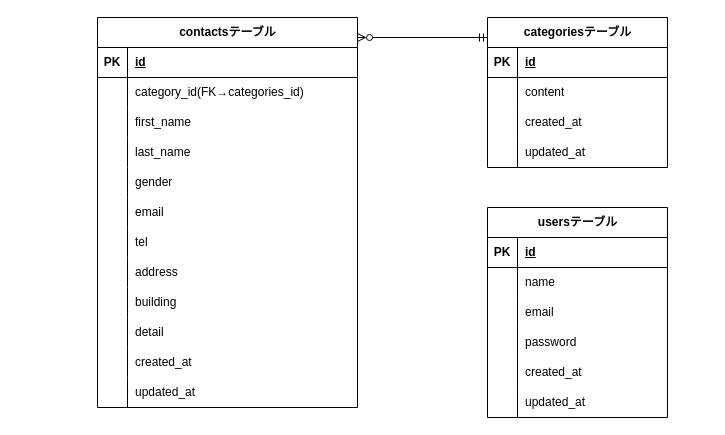
The draw.io diagram page "ページ1" (1 of 2) of contact.drawio in ErikoKikuchi/test-contact-version2, before the edit. Source tidied: cells renumbered, new cells numbered last; positions are measured from the earlier drawing's top-left corner, leaving out a move shared by most shapes. Both pictures are drawn from the tidied source at 100%, with x=0, y=0 at pixel (97, 17).
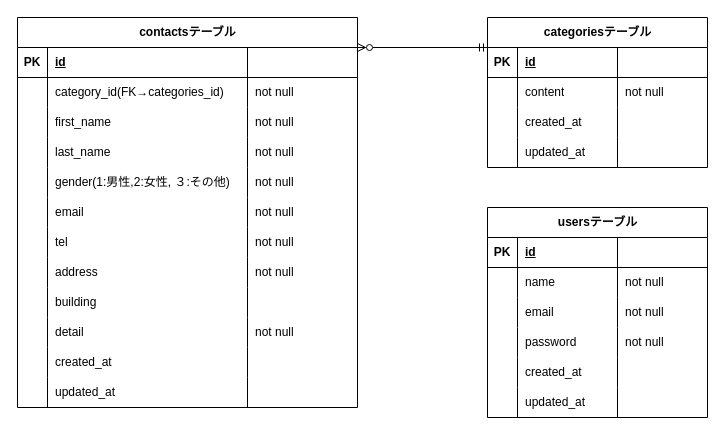
Above is the later version.

The edit, as a diff of the source:
```diff
@@
     <mxCell id="2" value="contactsテーブル" style="shape=table;startSize=30;childLayout=tableLayout;rowLines=0;fontStyle=1;align=center;html=1;" parent="1" vertex="1">
-      <mxGeometry width="260" height="390" as="geometry" />
+      <mxGeometry x="-80" width="340" height="390" as="geometry" />
     </mxCell>
     <mxCell id="3" style="shape=tableRow;horizontal=0;startSize=0;swimlaneHead=0;swimlaneBody=0;fillColor=none;top=0;left=0;right=0;bottom=1;" parent="2" vertex="1">
-      <mxGeometry y="30" width="260" height="30" as="geometry" />
+      <mxGeometry y="30" width="340" height="30" as="geometry" />
     </mxCell>
@@
     <mxCell id="5" value="id" style="shape=partialRectangle;fillColor=none;top=0;left=0;bottom=0;right=0;align=left;spacingLeft=6;fontStyle=5;overflow=hidden;whiteSpace=wrap;html=1;" parent="3" vertex="1">
-      <mxGeometry x="30" width="230" height="30" as="geometry" />
+      <mxGeometry x="30" width="200" height="30" as="geometry" />
     </mxCell>
+    <mxCell id="72" style="shape=partialRectangle;fillColor=none;top=0;left=0;bottom=0;right=0;align=left;spacingLeft=6;fontStyle=5;overflow=hidden;whiteSpace=wrap;html=1;" parent="3" vertex="1">
+      <mxGeometry x="230" width="110" height="30" as="geometry" />
+    </mxCell>
     <mxCell id="6" style="shape=tableRow;horizontal=0;startSize=0;swimlaneHead=0;swimlaneBody=0;fillColor=none;top=0;left=0;right=0;bottom=0;" parent="2" vertex="1">
-      <mxGeometry y="60" width="260" height="30" as="geometry" />
+      <mxGeometry y="60" width="340" height="30" as="geometry" />
     </mxCell>
@@
     <mxCell id="8" value="category_id(FK→categories_id)" style="shape=partialRectangle;fillColor=none;top=0;left=0;bottom=0;right=0;align=left;spacingLeft=6;overflow=hidden;whiteSpace=wrap;html=1;" parent="6" vertex="1">
-      <mxGeometry x="30" width="230" height="30" as="geometry" />
+      <mxGeometry x="30" width="200" height="30" as="geometry" />
     </mxCell>
+    <mxCell id="73" value="&lt;span style=&quot;color: rgb(0, 0, 0);&quot;&gt;not null&lt;/span&gt;" style="shape=partialRectangle;fillColor=none;top=0;left=0;bottom=0;right=0;align=left;spacingLeft=6;overflow=hidden;whiteSpace=wrap;html=1;" parent="6" vertex="1">
+      <mxGeometry x="230" width="110" height="30" as="geometry" />
+    </mxCell>
     <mxCell id="9" style="shape=tableRow;horizontal=0;startSize=0;swimlaneHead=0;swimlaneBody=0;fillColor=none;top=0;left=0;right=0;bottom=0;" parent="2" vertex="1">
-      <mxGeometry y="90" width="260" height="30" as="geometry" />
+      <mxGeometry y="90" width="340" height="30" as="geometry" />
     </mxCell>
@@
     <mxCell id="11" value="first_name" style="shape=partialRectangle;fillColor=none;top=0;left=0;bottom=0;right=0;align=left;spacingLeft=6;overflow=hidden;whiteSpace=wrap;html=1;" parent="9" vertex="1">
-      <mxGeometry x="30" width="230" height="30" as="geometry" />
+      <mxGeometry x="30" width="200" height="30" as="geometry" />
     </mxCell>
+    <mxCell id="74" value="&lt;span style=&quot;color: rgb(0, 0, 0);&quot;&gt;not null&lt;/span&gt;" style="shape=partialRectangle;fillColor=none;top=0;left=0;bottom=0;right=0;align=left;spacingLeft=6;overflow=hidden;whiteSpace=wrap;html=1;" parent="9" vertex="1">
+      <mxGeometry x="230" width="110" height="30" as="geometry" />
+    </mxCell>
     <mxCell id="12" style="shape=tableRow;horizontal=0;startSize=0;swimlaneHead=0;swimlaneBody=0;fillColor=none;top=0;left=0;right=0;bottom=0;" parent="2" vertex="1">
-      <mxGeometry y="120" width="260" height="30" as="geometry" />
+      <mxGeometry y="120" width="340" height="30" as="geometry" />
     </mxCell>
@@
     <mxCell id="14" value="last_name" style="shape=partialRectangle;fillColor=none;top=0;left=0;bottom=0;right=0;align=left;spacingLeft=6;overflow=hidden;whiteSpace=wrap;html=1;" parent="12" vertex="1">
-      <mxGeometry x="30" width="230" height="30" as="geometry" />
+      <mxGeometry x="30" width="200" height="30" as="geometry" />
     </mxCell>
+    <mxCell id="75" value="&lt;span style=&quot;color: rgb(0, 0, 0);&quot;&gt;not null&lt;/span&gt;" style="shape=partialRectangle;fillColor=none;top=0;left=0;bottom=0;right=0;align=left;spacingLeft=6;overflow=hidden;whiteSpace=wrap;html=1;" parent="12" vertex="1">
+      <mxGeometry x="230" width="110" height="30" as="geometry" />
+    </mxCell>
     <mxCell id="15" style="shape=tableRow;horizontal=0;startSize=0;swimlaneHead=0;swimlaneBody=0;fillColor=none;top=0;left=0;right=0;bottom=0;" parent="2" vertex="1">
-      <mxGeometry y="150" width="260" height="30" as="geometry" />
+      <mxGeometry y="150" width="340" height="30" as="geometry" />
     </mxCell>
@@
-    <mxCell id="17" value="gender" style="shape=partialRectangle;fillColor=none;top=0;left=0;bottom=0;right=0;align=left;spacingLeft=6;overflow=hidden;whiteSpace=wrap;html=1;" parent="15" vertex="1">
-      <mxGeometry x="30" width="230" height="30" as="geometry" />
+    <mxCell id="17" value="gender(1:男性,2:女性, ３:その他)" style="shape=partialRectangle;fillColor=none;top=0;left=0;bottom=0;right=0;align=left;spacingLeft=6;overflow=hidden;whiteSpace=wrap;html=1;" parent="15" vertex="1">
+      <mxGeometry x="30" width="200" height="30" as="geometry" />
     </mxCell>
+    <mxCell id="76" value="&lt;span style=&quot;color: rgb(0, 0, 0);&quot;&gt;not null&lt;/span&gt;" style="shape=partialRectangle;fillColor=none;top=0;left=0;bottom=0;right=0;align=left;spacingLeft=6;overflow=hidden;whiteSpace=wrap;html=1;" parent="15" vertex="1">
+      <mxGeometry x="230" width="110" height="30" as="geometry" />
+    </mxCell>
     <mxCell id="18" style="shape=tableRow;horizontal=0;startSize=0;swimlaneHead=0;swimlaneBody=0;fillColor=none;top=0;left=0;right=0;bottom=0;" parent="2" vertex="1">
-      <mxGeometry y="180" width="260" height="30" as="geometry" />
+      <mxGeometry y="180" width="340" height="30" as="geometry" />
     </mxCell>
@@
     <mxCell id="20" value="email" style="shape=partialRectangle;fillColor=none;top=0;left=0;bottom=0;right=0;align=left;spacingLeft=6;overflow=hidden;whiteSpace=wrap;html=1;" parent="18" vertex="1">
-      <mxGeometry x="30" width="230" height="30" as="geometry" />
+      <mxGeometry x="30" width="200" height="30" as="geometry" />
     </mxCell>
+    <mxCell id="77" value="&lt;span style=&quot;color: rgb(0, 0, 0);&quot;&gt;not null&lt;/span&gt;" style="shape=partialRectangle;fillColor=none;top=0;left=0;bottom=0;right=0;align=left;spacingLeft=6;overflow=hidden;whiteSpace=wrap;html=1;" parent="18" vertex="1">
+      <mxGeometry x="230" width="110" height="30" as="geometry" />
+    </mxCell>
     <mxCell id="21" style="shape=tableRow;horizontal=0;startSize=0;swimlaneHead=0;swimlaneBody=0;fillColor=none;top=0;left=0;right=0;bottom=0;" parent="2" vertex="1">
-      <mxGeometry y="210" width="260" height="30" as="geometry" />
+      <mxGeometry y="210" width="340" height="30" as="geometry" />
     </mxCell>
@@
     <mxCell id="23" value="tel" style="shape=partialRectangle;fillColor=none;top=0;left=0;bottom=0;right=0;align=left;spacingLeft=6;overflow=hidden;whiteSpace=wrap;html=1;" parent="21" vertex="1">
-      <mxGeometry x="30" width="230" height="30" as="geometry" />
+      <mxGeometry x="30" width="200" height="30" as="geometry" />
     </mxCell>
+    <mxCell id="78" value="&lt;span style=&quot;color: rgb(0, 0, 0);&quot;&gt;not null&lt;/span&gt;" style="shape=partialRectangle;fillColor=none;top=0;left=0;bottom=0;right=0;align=left;spacingLeft=6;overflow=hidden;whiteSpace=wrap;html=1;" parent="21" vertex="1">
+      <mxGeometry x="230" width="110" height="30" as="geometry" />
+    </mxCell>
     <mxCell id="24" style="shape=tableRow;horizontal=0;startSize=0;swimlaneHead=0;swimlaneBody=0;fillColor=none;top=0;left=0;right=0;bottom=0;" parent="2" vertex="1">
-      <mxGeometry y="240" width="260" height="30" as="geometry" />
+      <mxGeometry y="240" width="340" height="30" as="geometry" />
     </mxCell>
@@
     <mxCell id="26" value="address" style="shape=partialRectangle;fillColor=none;top=0;left=0;bottom=0;right=0;align=left;spacingLeft=6;overflow=hidden;whiteSpace=wrap;html=1;" parent="24" vertex="1">
-      <mxGeometry x="30" width="230" height="30" as="geometry" />
+      <mxGeometry x="30" width="200" height="30" as="geometry" />
     </mxCell>
+    <mxCell id="79" value="&lt;span style=&quot;color: rgb(0, 0, 0);&quot;&gt;not null&lt;/span&gt;" style="shape=partialRectangle;fillColor=none;top=0;left=0;bottom=0;right=0;align=left;spacingLeft=6;overflow=hidden;whiteSpace=wrap;html=1;" parent="24" vertex="1">
+      <mxGeometry x="230" width="110" height="30" as="geometry" />
+    </mxCell>
     <mxCell id="27" style="shape=tableRow;horizontal=0;startSize=0;swimlaneHead=0;swimlaneBody=0;fillColor=none;top=0;left=0;right=0;bottom=0;" parent="2" vertex="1">
-      <mxGeometry y="270" width="260" height="30" as="geometry" />
+      <mxGeometry y="270" width="340" height="30" as="geometry" />
     </mxCell>
@@
     <mxCell id="29" value="building" style="shape=partialRectangle;fillColor=none;top=0;left=0;bottom=0;right=0;align=left;spacingLeft=6;overflow=hidden;whiteSpace=wrap;html=1;" parent="27" vertex="1">
-      <mxGeometry x="30" width="230" height="30" as="geometry" />
+      <mxGeometry x="30" width="200" height="30" as="geometry" />
     </mxCell>
+    <mxCell id="80" style="shape=partialRectangle;fillColor=none;top=0;left=0;bottom=0;right=0;align=left;spacingLeft=6;overflow=hidden;whiteSpace=wrap;html=1;" parent="27" vertex="1">
+      <mxGeometry x="230" width="110" height="30" as="geometry" />
+    </mxCell>
     <mxCell id="30" style="shape=tableRow;horizontal=0;startSize=0;swimlaneHead=0;swimlaneBody=0;fillColor=none;top=0;left=0;right=0;bottom=0;" parent="2" vertex="1">
-      <mxGeometry y="300" width="260" height="30" as="geometry" />
+      <mxGeometry y="300" width="340" height="30" as="geometry" />
     </mxCell>
@@
     <mxCell id="32" value="detail" style="shape=partialRectangle;fillColor=none;top=0;left=0;bottom=0;right=0;align=left;spacingLeft=6;overflow=hidden;whiteSpace=wrap;html=1;" parent="30" vertex="1">
-      <mxGeometry x="30" width="230" height="30" as="geometry" />
+      <mxGeometry x="30" width="200" height="30" as="geometry" />
     </mxCell>
+    <mxCell id="81" value="&lt;span style=&quot;color: rgb(0, 0, 0);&quot;&gt;not null&lt;/span&gt;" style="shape=partialRectangle;fillColor=none;top=0;left=0;bottom=0;right=0;align=left;spacingLeft=6;overflow=hidden;whiteSpace=wrap;html=1;" parent="30" vertex="1">
+      <mxGeometry x="230" width="110" height="30" as="geometry" />
+    </mxCell>
     <mxCell id="33" style="shape=tableRow;horizontal=0;startSize=0;swimlaneHead=0;swimlaneBody=0;fillColor=none;top=0;left=0;right=0;bottom=0;" parent="2" vertex="1">
-      <mxGeometry y="330" width="260" height="30" as="geometry" />
+      <mxGeometry y="330" width="340" height="30" as="geometry" />
     </mxCell>
@@
     <mxCell id="35" value="created_at" style="shape=partialRectangle;fillColor=none;top=0;left=0;bottom=0;right=0;align=left;spacingLeft=6;overflow=hidden;whiteSpace=wrap;html=1;" parent="33" vertex="1">
-      <mxGeometry x="30" width="230" height="30" as="geometry" />
+      <mxGeometry x="30" width="200" height="30" as="geometry" />
     </mxCell>
+    <mxCell id="82" style="shape=partialRectangle;fillColor=none;top=0;left=0;bottom=0;right=0;align=left;spacingLeft=6;overflow=hidden;whiteSpace=wrap;html=1;" parent="33" vertex="1">
+      <mxGeometry x="230" width="110" height="30" as="geometry" />
+    </mxCell>
     <mxCell id="36" style="shape=tableRow;horizontal=0;startSize=0;swimlaneHead=0;swimlaneBody=0;fillColor=none;top=0;left=0;right=0;bottom=0;" parent="2" vertex="1">
-      <mxGeometry y="360" width="260" height="30" as="geometry" />
+      <mxGeometry y="360" width="340" height="30" as="geometry" />
     </mxCell>
@@
     <mxCell id="38" value="updated_at" style="shape=partialRectangle;fillColor=none;top=0;left=0;bottom=0;right=0;align=left;spacingLeft=6;overflow=hidden;whiteSpace=wrap;html=1;" parent="36" vertex="1">
-      <mxGeometry x="30" width="230" height="30" as="geometry" />
+      <mxGeometry x="30" width="200" height="30" as="geometry" />
     </mxCell>
+    <mxCell id="83" style="shape=partialRectangle;fillColor=none;top=0;left=0;bottom=0;right=0;align=left;spacingLeft=6;overflow=hidden;whiteSpace=wrap;html=1;" parent="36" vertex="1">
+      <mxGeometry x="230" width="110" height="30" as="geometry" />
+    </mxCell>
     <mxCell id="39" value="categoriesテーブル" style="shape=table;startSize=30;childLayout=tableLayout;rowLines=0;fontStyle=1;align=center;html=1;" parent="1" vertex="1">
-      <mxGeometry x="390" width="180" height="150" as="geometry" />
+      <mxGeometry x="390" width="220" height="150" as="geometry" />
     </mxCell>
     <mxCell id="40" style="shape=tableRow;horizontal=0;startSize=0;swimlaneHead=0;swimlaneBody=0;fillColor=none;top=0;left=0;right=0;bottom=1;" parent="39" vertex="1">
-      <mxGeometry y="30" width="180" height="30" as="geometry" />
+      <mxGeometry y="30" width="220" height="30" as="geometry" />
     </mxCell>
@@
     <mxCell id="42" value="id" style="shape=partialRectangle;fillColor=none;top=0;left=0;bottom=0;right=0;align=left;spacingLeft=6;fontStyle=5;overflow=hidden;whiteSpace=wrap;html=1;" parent="40" vertex="1">
-      <mxGeometry x="30" width="150" height="30" as="geometry" />
+      <mxGeometry x="30" width="100" height="30" as="geometry" />
     </mxCell>
+    <mxCell id="84" style="shape=partialRectangle;fillColor=none;top=0;left=0;bottom=0;right=0;align=left;spacingLeft=6;fontStyle=5;overflow=hidden;whiteSpace=wrap;html=1;" parent="40" vertex="1">
+      <mxGeometry x="130" width="90" height="30" as="geometry" />
+    </mxCell>
     <mxCell id="43" style="shape=tableRow;horizontal=0;startSize=0;swimlaneHead=0;swimlaneBody=0;fillColor=none;top=0;left=0;right=0;bottom=0;" parent="39" vertex="1">
-      <mxGeometry y="60" width="180" height="30" as="geometry" />
+      <mxGeometry y="60" width="220" height="30" as="geometry" />
     </mxCell>
@@
     <mxCell id="45" value="content" style="shape=partialRectangle;fillColor=none;top=0;left=0;bottom=0;right=0;align=left;spacingLeft=6;overflow=hidden;whiteSpace=wrap;html=1;" parent="43" vertex="1">
-      <mxGeometry x="30" width="150" height="30" as="geometry" />
+      <mxGeometry x="30" width="100" height="30" as="geometry" />
     </mxCell>
+    <mxCell id="85" value="&lt;span style=&quot;color: rgb(0, 0, 0);&quot;&gt;not null&lt;/span&gt;" style="shape=partialRectangle;fillColor=none;top=0;left=0;bottom=0;right=0;align=left;spacingLeft=6;overflow=hidden;whiteSpace=wrap;html=1;" parent="43" vertex="1">
+      <mxGeometry x="130" width="90" height="30" as="geometry" />
+    </mxCell>
     <mxCell id="46" style="shape=tableRow;horizontal=0;startSize=0;swimlaneHead=0;swimlaneBody=0;fillColor=none;top=0;left=0;right=0;bottom=0;" parent="39" vertex="1">
-      <mxGeometry y="90" width="180" height="30" as="geometry" />
+      <mxGeometry y="90" width="220" height="30" as="geometry" />
     </mxCell>
@@
     <mxCell id="48" value="created_at" style="shape=partialRectangle;fillColor=none;top=0;left=0;bottom=0;right=0;align=left;spacingLeft=6;overflow=hidden;whiteSpace=wrap;html=1;" parent="46" vertex="1">
-      <mxGeometry x="30" width="150" height="30" as="geometry" />
+      <mxGeometry x="30" width="100" height="30" as="geometry" />
     </mxCell>
+    <mxCell id="86" style="shape=partialRectangle;fillColor=none;top=0;left=0;bottom=0;right=0;align=left;spacingLeft=6;overflow=hidden;whiteSpace=wrap;html=1;" parent="46" vertex="1">
+      <mxGeometry x="130" width="90" height="30" as="geometry" />
+    </mxCell>
     <mxCell id="49" style="shape=tableRow;horizontal=0;startSize=0;swimlaneHead=0;swimlaneBody=0;fillColor=none;top=0;left=0;right=0;bottom=0;" parent="39" vertex="1">
-      <mxGeometry y="120" width="180" height="30" as="geometry" />
+      <mxGeometry y="120" width="220" height="30" as="geometry" />
     </mxCell>
@@
     <mxCell id="51" value="updated_at" style="shape=partialRectangle;fillColor=none;top=0;left=0;bottom=0;right=0;align=left;spacingLeft=6;overflow=hidden;whiteSpace=wrap;html=1;" parent="49" vertex="1">
-      <mxGeometry x="30" width="150" height="30" as="geometry" />
+      <mxGeometry x="30" width="100" height="30" as="geometry" />
     </mxCell>
+    <mxCell id="87" style="shape=partialRectangle;fillColor=none;top=0;left=0;bottom=0;right=0;align=left;spacingLeft=6;overflow=hidden;whiteSpace=wrap;html=1;" parent="49" vertex="1">
+      <mxGeometry x="130" width="90" height="30" as="geometry" />
+    </mxCell>
     <mxCell id="52" value="usersテーブル" style="shape=table;startSize=30;childLayout=tableLayout;rowLines=0;fontStyle=1;align=center;html=1;" parent="1" vertex="1">
-      <mxGeometry x="390" y="190" width="180" height="210" as="geometry" />
+      <mxGeometry x="390" y="190" width="220" height="210" as="geometry" />
     </mxCell>
     <mxCell id="53" style="shape=tableRow;horizontal=0;startSize=0;swimlaneHead=0;swimlaneBody=0;fillColor=none;top=0;left=0;right=0;bottom=1;" parent="52" vertex="1">
-      <mxGeometry y="30" width="180" height="30" as="geometry" />
+      <mxGeometry y="30" width="220" height="30" as="geometry" />
     </mxCell>
@@
     <mxCell id="55" value="id" style="shape=partialRectangle;fillColor=none;top=0;left=0;bottom=0;right=0;align=left;spacingLeft=6;fontStyle=5;overflow=hidden;whiteSpace=wrap;html=1;" parent="53" vertex="1">
-      <mxGeometry x="30" width="150" height="30" as="geometry" />
+      <mxGeometry x="30" width="100" height="30" as="geometry" />
     </mxCell>
+    <mxCell id="88" style="shape=partialRectangle;fillColor=none;top=0;left=0;bottom=0;right=0;align=left;spacingLeft=6;fontStyle=5;overflow=hidden;whiteSpace=wrap;html=1;" parent="53" vertex="1">
+      <mxGeometry x="130" width="90" height="30" as="geometry" />
+    </mxCell>
     <mxCell id="56" style="shape=tableRow;horizontal=0;startSize=0;swimlaneHead=0;swimlaneBody=0;fillColor=none;top=0;left=0;right=0;bottom=0;" parent="52" vertex="1">
-      <mxGeometry y="60" width="180" height="30" as="geometry" />
+      <mxGeometry y="60" width="220" height="30" as="geometry" />
     </mxCell>
@@
     <mxCell id="58" value="name" style="shape=partialRectangle;fillColor=none;top=0;left=0;bottom=0;right=0;align=left;spacingLeft=6;overflow=hidden;whiteSpace=wrap;html=1;" parent="56" vertex="1">
-      <mxGeometry x="30" width="150" height="30" as="geometry" />
+      <mxGeometry x="30" width="100" height="30" as="geometry" />
     </mxCell>
+    <mxCell id="89" value="not null" style="shape=partialRectangle;fillColor=none;top=0;left=0;bottom=0;right=0;align=left;spacingLeft=6;overflow=hidden;whiteSpace=wrap;html=1;" parent="56" vertex="1">
+      <mxGeometry x="130" width="90" height="30" as="geometry" />
+    </mxCell>
     <mxCell id="59" style="shape=tableRow;horizontal=0;startSize=0;swimlaneHead=0;swimlaneBody=0;fillColor=none;top=0;left=0;right=0;bottom=0;" parent="52" vertex="1">
-      <mxGeometry y="90" width="180" height="30" as="geometry" />
+      <mxGeometry y="90" width="220" height="30" as="geometry" />
     </mxCell>
@@
     <mxCell id="61" value="email" style="shape=partialRectangle;fillColor=none;top=0;left=0;bottom=0;right=0;align=left;spacingLeft=6;overflow=hidden;whiteSpace=wrap;html=1;" parent="59" vertex="1">
-      <mxGeometry x="30" width="150" height="30" as="geometry" />
+      <mxGeometry x="30" width="100" height="30" as="geometry" />
     </mxCell>
+    <mxCell id="90" value="&lt;span style=&quot;color: rgb(0, 0, 0);&quot;&gt;not null&lt;/span&gt;" style="shape=partialRectangle;fillColor=none;top=0;left=0;bottom=0;right=0;align=left;spacingLeft=6;overflow=hidden;whiteSpace=wrap;html=1;" parent="59" vertex="1">
+      <mxGeometry x="130" width="90" height="30" as="geometry" />
+    </mxCell>
     <mxCell id="62" style="shape=tableRow;horizontal=0;startSize=0;swimlaneHead=0;swimlaneBody=0;fillColor=none;top=0;left=0;right=0;bottom=0;" parent="52" vertex="1">
-      <mxGeometry y="120" width="180" height="30" as="geometry" />
+      <mxGeometry y="120" width="220" height="30" as="geometry" />
     </mxCell>
@@
     <mxCell id="64" value="password" style="shape=partialRectangle;fillColor=none;top=0;left=0;bottom=0;right=0;align=left;spacingLeft=6;overflow=hidden;whiteSpace=wrap;html=1;" parent="62" vertex="1">
-      <mxGeometry x="30" width="150" height="30" as="geometry" />
+      <mxGeometry x="30" width="100" height="30" as="geometry" />
     </mxCell>
+    <mxCell id="91" value="&lt;span style=&quot;color: rgb(0, 0, 0);&quot;&gt;not null&lt;/span&gt;" style="shape=partialRectangle;fillColor=none;top=0;left=0;bottom=0;right=0;align=left;spacingLeft=6;overflow=hidden;whiteSpace=wrap;html=1;" parent="62" vertex="1">
+      <mxGeometry x="130" width="90" height="30" as="geometry" />
+    </mxCell>
     <mxCell id="65" style="shape=tableRow;horizontal=0;startSize=0;swimlaneHead=0;swimlaneBody=0;fillColor=none;top=0;left=0;right=0;bottom=0;" parent="52" vertex="1">
-      <mxGeometry y="150" width="180" height="30" as="geometry" />
+      <mxGeometry y="150" width="220" height="30" as="geometry" />
     </mxCell>
@@
     <mxCell id="67" value="created_at" style="shape=partialRectangle;fillColor=none;top=0;left=0;bottom=0;right=0;align=left;spacingLeft=6;overflow=hidden;whiteSpace=wrap;html=1;" parent="65" vertex="1">
-      <mxGeometry x="30" width="150" height="30" as="geometry" />
+      <mxGeometry x="30" width="100" height="30" as="geometry" />
     </mxCell>
+    <mxCell id="92" style="shape=partialRectangle;fillColor=none;top=0;left=0;bottom=0;right=0;align=left;spacingLeft=6;overflow=hidden;whiteSpace=wrap;html=1;" parent="65" vertex="1">
+      <mxGeometry x="130" width="90" height="30" as="geometry" />
+    </mxCell>
     <mxCell id="68" style="shape=tableRow;horizontal=0;startSize=0;swimlaneHead=0;swimlaneBody=0;fillColor=none;top=0;left=0;right=0;bottom=0;" parent="52" vertex="1">
-      <mxGeometry y="180" width="180" height="30" as="geometry" />
+      <mxGeometry y="180" width="220" height="30" as="geometry" />
     </mxCell>
@@
     <mxCell id="70" value="updated_at" style="shape=partialRectangle;fillColor=none;top=0;left=0;bottom=0;right=0;align=left;spacingLeft=6;overflow=hidden;whiteSpace=wrap;html=1;" parent="68" vertex="1">
-      <mxGeometry x="30" width="150" height="30" as="geometry" />
+      <mxGeometry x="30" width="100" height="30" as="geometry" />
     </mxCell>
+    <mxCell id="93" style="shape=partialRectangle;fillColor=none;top=0;left=0;bottom=0;right=0;align=left;spacingLeft=6;overflow=hidden;whiteSpace=wrap;html=1;" parent="68" vertex="1">
+      <mxGeometry x="130" width="90" height="30" as="geometry" />
+    </mxCell>
     <mxCell id="71" style="fontSize=12;html=1;endArrow=ERzeroToMany;startArrow=ERmandOne;exitX=0;exitY=0.5;exitDx=0;exitDy=0;entryX=1;entryY=0.5;entryDx=0;entryDy=0;endFill=0;" parent="1" edge="1">
       <mxGeometry relative="1" as="geometry">
-        <mxPoint x="390" y="20" as="sourcePoint" />
-        <mxPoint x="260" y="20" as="targetPoint" />
+        <mxPoint x="390" y="30" as="sourcePoint" />
+        <mxPoint x="260" y="30" as="targetPoint" />
       </mxGeometry>
     </mxCell>
```
